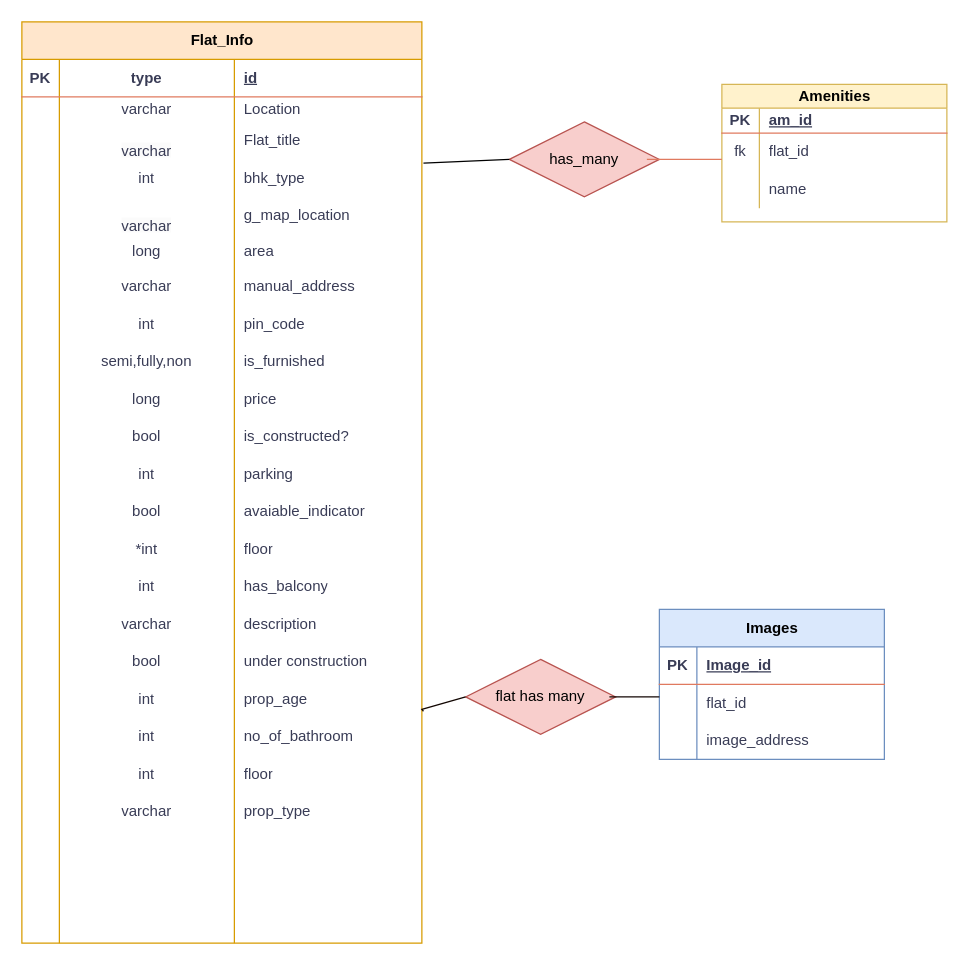
Earlier version of the draw.io diagram Untitled Diagram.drawio (Bushra995/House_Seller_Mangement). Source tidied: cells renumbered, new cells numbered last; positions are measured from the earlier drawing's top-left corner, leaving out a move shared by most shapes. Both pictures are drawn from the tidied source at 125%, with x=0, y=0 at pixel (21, 21).
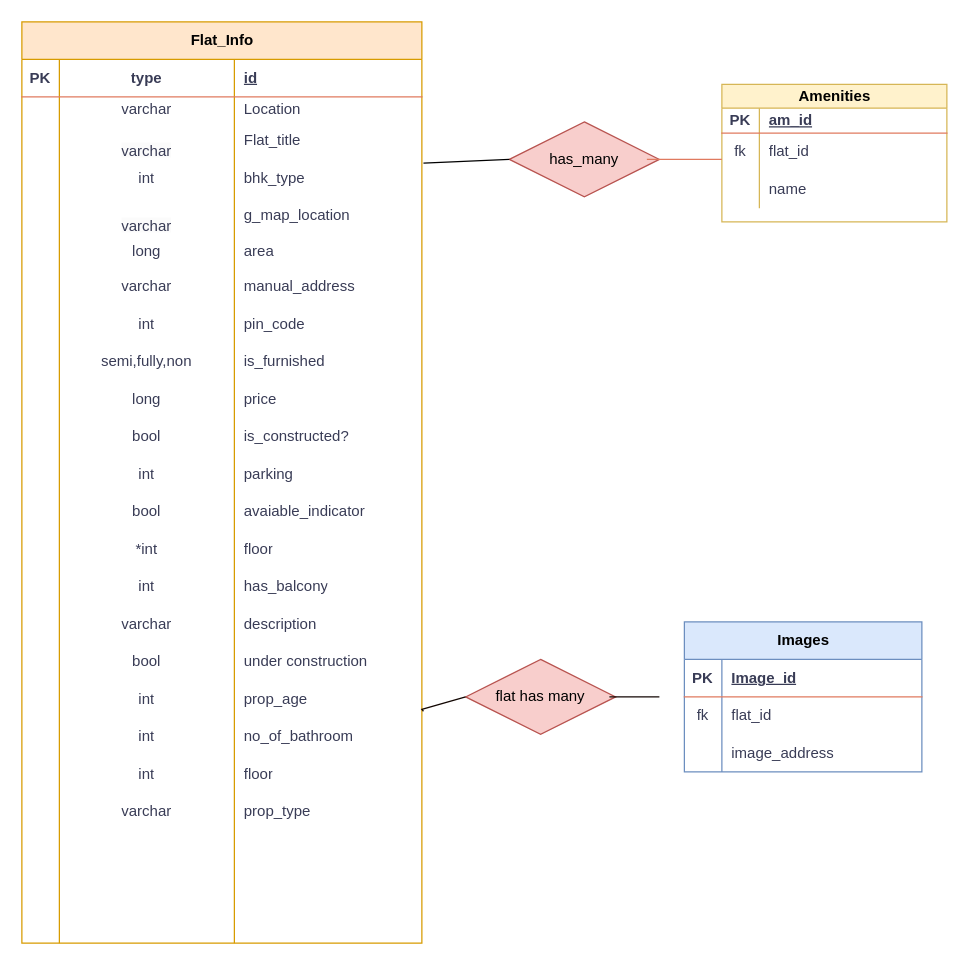
After the change.

What changed in the source:
```diff
@@
     <mxCell id="109" value="Images" style="shape=table;startSize=30;childLayout=tableLayout;rowLines=0;fontStyle=1;align=center;html=1;strokeColor=#6c8ebf;fillColor=#dae8fc;" parent="1" vertex="1">
-      <mxGeometry x="510" y="470" width="180" height="120" as="geometry" />
+      <mxGeometry x="530" y="480" width="190" height="120" as="geometry" />
     </mxCell>
     <mxCell id="110" style="shape=tableRow;horizontal=0;startSize=0;swimlaneHead=0;swimlaneBody=0;fillColor=none;top=0;left=0;right=0;bottom=1;strokeColor=#E07A5F;fontColor=#393C56;" parent="109" vertex="1">
-      <mxGeometry y="30" width="180" height="30" as="geometry" />
+      <mxGeometry y="30" width="190" height="30" as="geometry" />
     </mxCell>
@@
     <mxCell id="112" value="Image_id" style="shape=partialRectangle;fillColor=none;top=0;left=0;bottom=0;right=0;align=left;spacingLeft=6;fontStyle=5;overflow=hidden;whiteSpace=wrap;html=1;strokeColor=#E07A5F;fontColor=#393C56;" parent="110" vertex="1">
-      <mxGeometry x="30" width="150" height="30" as="geometry" />
+      <mxGeometry x="30" width="160" height="30" as="geometry" />
     </mxCell>
     <mxCell id="113" style="shape=tableRow;horizontal=0;startSize=0;swimlaneHead=0;swimlaneBody=0;fillColor=none;top=0;left=0;right=0;bottom=0;strokeColor=#E07A5F;fontColor=#393C56;" parent="109" vertex="1">
-      <mxGeometry y="60" width="180" height="30" as="geometry" />
+      <mxGeometry y="60" width="190" height="30" as="geometry" />
     </mxCell>
-    <mxCell id="114" style="shape=partialRectangle;fillColor=none;top=0;left=0;bottom=0;right=0;overflow=hidden;whiteSpace=wrap;html=1;strokeColor=#E07A5F;fontColor=#393C56;" parent="113" vertex="1">
+    <mxCell id="114" value="fk" style="shape=partialRectangle;fillColor=none;top=0;left=0;bottom=0;right=0;overflow=hidden;whiteSpace=wrap;html=1;strokeColor=#E07A5F;fontColor=#393C56;" parent="113" vertex="1">
       <mxGeometry width="30" height="30" as="geometry" />
     </mxCell>
     <mxCell id="115" value="flat_id" style="shape=partialRectangle;fillColor=none;top=0;left=0;bottom=0;right=0;align=left;spacingLeft=6;overflow=hidden;whiteSpace=wrap;html=1;strokeColor=#E07A5F;fontColor=#393C56;" parent="113" vertex="1">
-      <mxGeometry x="30" width="150" height="30" as="geometry" />
+      <mxGeometry x="30" width="160" height="30" as="geometry" />
     </mxCell>
     <mxCell id="116" style="shape=tableRow;horizontal=0;startSize=0;swimlaneHead=0;swimlaneBody=0;fillColor=none;top=0;left=0;right=0;bottom=0;strokeColor=#E07A5F;fontColor=#393C56;" parent="109" vertex="1">
-      <mxGeometry y="90" width="180" height="30" as="geometry" />
+      <mxGeometry y="90" width="190" height="30" as="geometry" />
     </mxCell>
@@
     <mxCell id="118" value="image_address" style="shape=partialRectangle;fillColor=none;top=0;left=0;bottom=0;right=0;align=left;spacingLeft=6;overflow=hidden;whiteSpace=wrap;html=1;strokeColor=#E07A5F;fontColor=#393C56;" parent="116" vertex="1">
-      <mxGeometry x="30" width="150" height="30" as="geometry" />
+      <mxGeometry x="30" width="160" height="30" as="geometry" />
     </mxCell>
```
